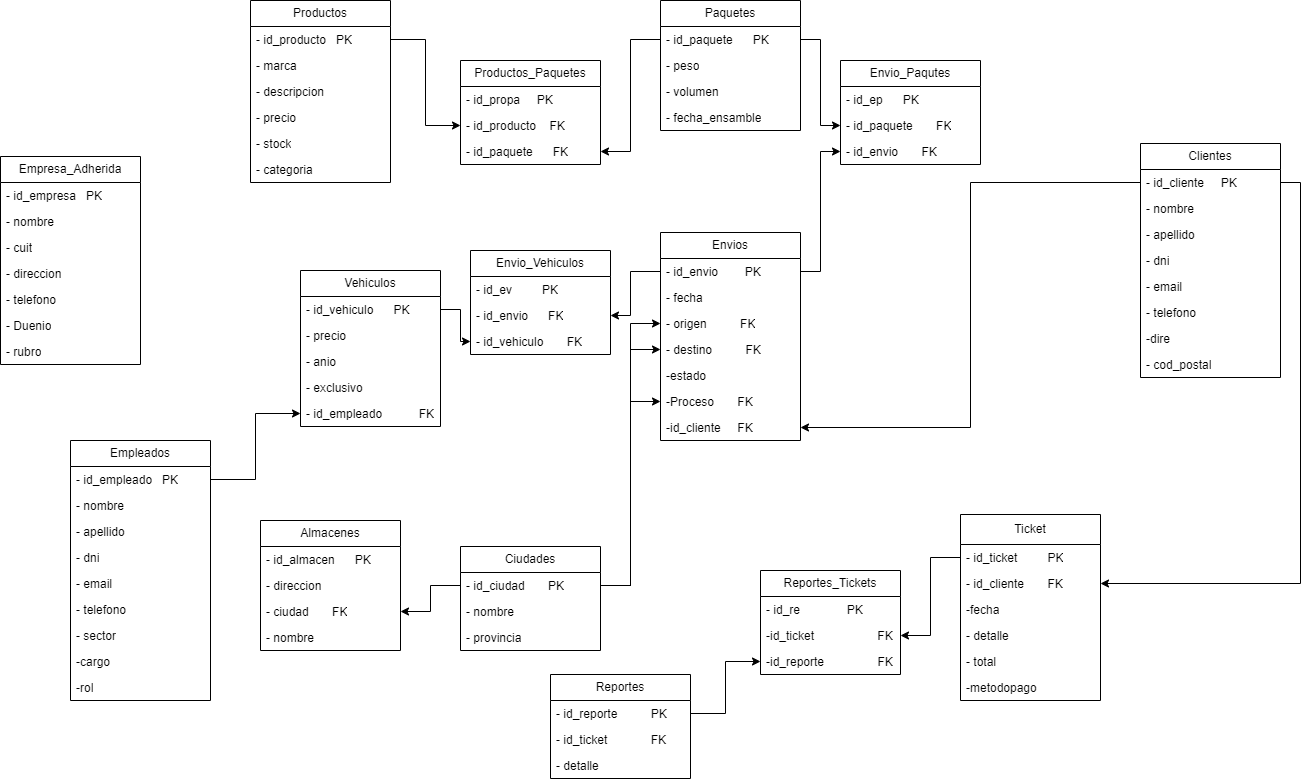
Earlier version of the draw.io export DER.png (aguantebocapapa/PROYECTO-LOGISTICA-5to-3ra). Source tidied: cells renumbered, new cells last; positions are measured from the earlier drawing's top-left corner, leaving out a move shared by most shapes.
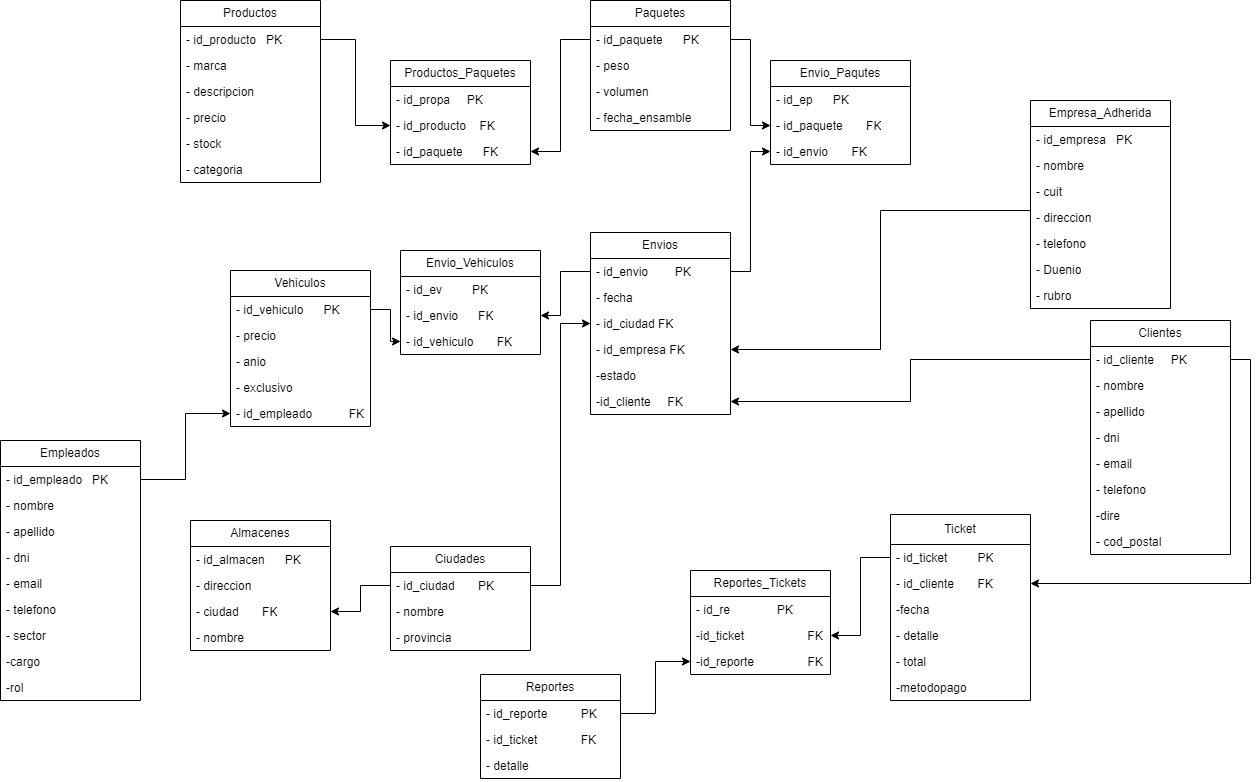
Above is the later version.

What changed in the source:
```diff
@@ -3,7 +3,7 @@
     <mxCell id="0" />
     <mxCell id="1" parent="0" />
     <mxCell id="2" value="Empresa_Adherida" style="swimlane;fontStyle=0;horizontal=1;startSize=26;fillColor=none;whiteSpace=wrap;html=1;" parent="1" vertex="1">
-      <mxGeometry y="156" width="140" height="208" as="geometry" />
+      <mxGeometry x="1100" y="100" width="140" height="208" as="geometry" />
     </mxCell>
     <mxCell id="3" value="- id_empresa&amp;nbsp;&lt;span style=&quot;white-space: pre;&quot;&gt; &lt;/span&gt;&lt;span style=&quot;white-space: pre;&quot;&gt; &lt;/span&gt;PK" style="text;strokeColor=none;fillColor=none;align=left;verticalAlign=top;spacingLeft=4;spacingRight=4;overflow=hidden;points=[[0,0.5],[1,0.5]];portConstraint=eastwest;whiteSpace=wrap;html=1;" parent="2" vertex="1">
       <mxGeometry y="26" width="140" height="26" as="geometry" />
@@ -63,7 +63,7 @@
       <mxGeometry y="104" width="140" height="26" as="geometry" />
     </mxCell>
     <mxCell id="22" value="Envios" style="swimlane;fontStyle=0;horizontal=1;startSize=26;fillColor=none;whiteSpace=wrap;html=1;" parent="1" vertex="1">
-      <mxGeometry x="660" y="232" width="140" height="208" as="geometry" />
+      <mxGeometry x="660" y="232" width="140" height="182" as="geometry" />
     </mxCell>
     <mxCell id="23" value="- id_envio&amp;nbsp;&lt;span style=&quot;white-space: pre;&quot;&gt; &lt;/span&gt;&amp;nbsp; &amp;nbsp;&lt;span style=&quot;white-space: pre;&quot;&gt; &lt;/span&gt;&amp;nbsp; PK" style="text;strokeColor=none;fillColor=none;align=left;verticalAlign=top;spacingLeft=4;spacingRight=4;overflow=hidden;points=[[0,0.5],[1,0.5]];portConstraint=eastwest;whiteSpace=wrap;html=1;" parent="22" vertex="1">
       <mxGeometry y="26" width="140" height="26" as="geometry" />
@@ -71,20 +71,17 @@
     <mxCell id="24" value="- fecha" style="text;strokeColor=none;fillColor=none;align=left;verticalAlign=top;spacingLeft=4;spacingRight=4;overflow=hidden;whiteSpace=wrap;html=1;" parent="22" vertex="1">
       <mxGeometry y="52" width="140" height="26" as="geometry" />
     </mxCell>
-    <mxCell id="25" value="- origen&amp;nbsp;&lt;span style=&quot;white-space: pre;&quot;&gt; &lt;/span&gt;&amp;nbsp;&amp;nbsp;&lt;span style=&quot;white-space: pre;&quot;&gt; &lt;/span&gt;&amp;nbsp;&amp;nbsp;&lt;span style=&quot;white-space: pre;&quot;&gt; &lt;/span&gt;&amp;nbsp; FK" style="text;strokeColor=none;fillColor=none;align=left;verticalAlign=top;spacingLeft=4;spacingRight=4;overflow=hidden;points=[[0,0.5],[1,0.5]];portConstraint=eastwest;whiteSpace=wrap;html=1;" parent="22" vertex="1">
+    <mxCell id="25" value="- id_ciudad FK" style="text;strokeColor=none;fillColor=none;align=left;verticalAlign=top;spacingLeft=4;spacingRight=4;overflow=hidden;points=[[0,0.5],[1,0.5]];portConstraint=eastwest;whiteSpace=wrap;html=1;" parent="22" vertex="1">
       <mxGeometry y="78" width="140" height="26" as="geometry" />
     </mxCell>
-    <mxCell id="26" value="- destino&amp;nbsp;&lt;span style=&quot;white-space: pre;&quot;&gt; &lt;/span&gt;&amp;nbsp;&amp;nbsp;&lt;span style=&quot;white-space: pre;&quot;&gt; &lt;/span&gt;&amp;nbsp;&amp;nbsp;&lt;span style=&quot;white-space: pre;&quot;&gt; &lt;/span&gt;&amp;nbsp; FK" style="text;strokeColor=none;fillColor=none;align=left;verticalAlign=top;spacingLeft=4;spacingRight=4;overflow=hidden;points=[[0,0.5],[1,0.5]];portConstraint=eastwest;whiteSpace=wrap;html=1;" parent="22" vertex="1">
+    <mxCell id="26" value="- id_empresa FK" style="text;strokeColor=none;fillColor=none;align=left;verticalAlign=top;spacingLeft=4;spacingRight=4;overflow=hidden;points=[[0,0.5],[1,0.5]];portConstraint=eastwest;whiteSpace=wrap;html=1;" parent="22" vertex="1">
       <mxGeometry y="104" width="140" height="26" as="geometry" />
     </mxCell>
     <mxCell id="27" value="-estado&amp;nbsp; &amp;nbsp; &amp;nbsp; &amp;nbsp; &amp;nbsp; &amp;nbsp;" style="text;strokeColor=none;fillColor=none;align=left;verticalAlign=top;spacingLeft=4;spacingRight=4;overflow=hidden;whiteSpace=wrap;html=1;" parent="22" vertex="1">
       <mxGeometry y="130" width="140" height="26" as="geometry" />
     </mxCell>
-    <mxCell id="28" value="-Proceso&amp;nbsp; &amp;nbsp; &amp;nbsp; &amp;nbsp;FK" style="text;strokeColor=none;fillColor=none;align=left;verticalAlign=top;spacingLeft=4;spacingRight=4;overflow=hidden;points=[[0,0.5],[1,0.5]];portConstraint=eastwest;whiteSpace=wrap;html=1;" parent="22" vertex="1">
-      <mxGeometry y="156" width="140" height="26" as="geometry" />
-    </mxCell>
     <mxCell id="29" value="-id_cliente&amp;nbsp; &amp;nbsp; &amp;nbsp;FK" style="text;strokeColor=none;fillColor=none;align=left;verticalAlign=top;spacingLeft=4;spacingRight=4;overflow=hidden;points=[[0,0.5],[1,0.5]];portConstraint=eastwest;whiteSpace=wrap;html=1;" parent="22" vertex="1">
-      <mxGeometry y="182" width="140" height="26" as="geometry" />
+      <mxGeometry y="156" width="140" height="26" as="geometry" />
     </mxCell>
     <mxCell id="30" value="Vehiculos" style="swimlane;fontStyle=0;horizontal=1;startSize=26;fillColor=none;whiteSpace=wrap;html=1;" parent="1" vertex="1">
       <mxGeometry x="300" y="270" width="140" height="156" as="geometry" />
@@ -105,7 +102,7 @@
       <mxGeometry y="130" width="140" height="26" as="geometry" />
     </mxCell>
     <mxCell id="36" value="Clientes" style="swimlane;fontStyle=0;horizontal=1;startSize=26;fillColor=none;whiteSpace=wrap;html=1;" parent="1" vertex="1">
-      <mxGeometry x="1140" y="143" width="140" height="234" as="geometry" />
+      <mxGeometry x="1160" y="320" width="140" height="234" as="geometry" />
     </mxCell>
     <mxCell id="37" value="- id_cliente&amp;nbsp;&lt;span style=&quot;white-space: pre;&quot;&gt; &lt;/span&gt;&amp;nbsp;&lt;span style=&quot;white-space: pre;&quot;&gt; &lt;/span&gt;&amp;nbsp;PK" style="text;strokeColor=none;fillColor=none;align=left;verticalAlign=top;spacingLeft=4;spacingRight=4;overflow=hidden;points=[[0,0.5],[1,0.5]];portConstraint=eastwest;whiteSpace=wrap;html=1;" parent="36" vertex="1">
       <mxGeometry y="26" width="140" height="26" as="geometry" />
@@ -272,12 +269,6 @@
     <mxCell id="91" style="edgeStyle=orthogonalEdgeStyle;rounded=0;jettySize=auto;html=1;exitX=1;exitY=0.5;exitDx=0;exitDy=0;entryX=0;entryY=0.5;entryDx=0;entryDy=0;" parent="1" edge="1" source="65" target="25">
       <mxGeometry relative="1" as="geometry" />
     </mxCell>
-    <mxCell id="92" style="edgeStyle=orthogonalEdgeStyle;rounded=0;jettySize=auto;html=1;exitX=1;exitY=0.5;exitDx=0;exitDy=0;entryX=0;entryY=0.5;entryDx=0;entryDy=0;" parent="1" edge="1" source="65" target="26">
-      <mxGeometry relative="1" as="geometry" />
-    </mxCell>
-    <mxCell id="93" style="edgeStyle=orthogonalEdgeStyle;rounded=0;jettySize=auto;html=1;exitX=1;exitY=0.5;exitDx=0;exitDy=0;entryX=0;entryY=0.5;entryDx=0;entryDy=0;" parent="1" edge="1" source="65" target="28">
-      <mxGeometry relative="1" as="geometry" />
-    </mxCell>
     <mxCell id="94" value="Envio_Vehiculos" style="swimlane;fontStyle=0;horizontal=1;startSize=26;fillColor=none;whiteSpace=wrap;html=1;" parent="1" vertex="1">
       <mxGeometry x="470" y="250" width="140" height="104" as="geometry" />
     </mxCell>
@@ -319,5 +310,14 @@
     <mxCell id="105" style="edgeStyle=orthogonalEdgeStyle;rounded=0;jettySize=auto;html=1;exitX=0;exitY=0.5;exitDx=0;exitDy=0;entryX=1;entryY=0.5;entryDx=0;entryDy=0;" parent="1" edge="1" source="69" target="102">
       <mxGeometry relative="1" as="geometry" />
     </mxCell>
+    <mxCell id="106" style="edgeStyle=orthogonalEdgeStyle;rounded=0;jettySize=auto;html=1;exitX=0;exitY=0.5;exitDx=0;exitDy=0;entryX=1;entryY=0.5;entryDx=0;entryDy=0;" parent="1" edge="1" source="3" target="26">
+      <mxGeometry relative="1" as="geometry">
+        <Array as="points">
+          <mxPoint x="1100" y="210" />
+          <mxPoint x="950" y="210" />
+          <mxPoint x="950" y="349" />
+        </Array>
+      </mxGeometry>
+    </mxCell>
   </root>
 </mxGraphModel>
```
